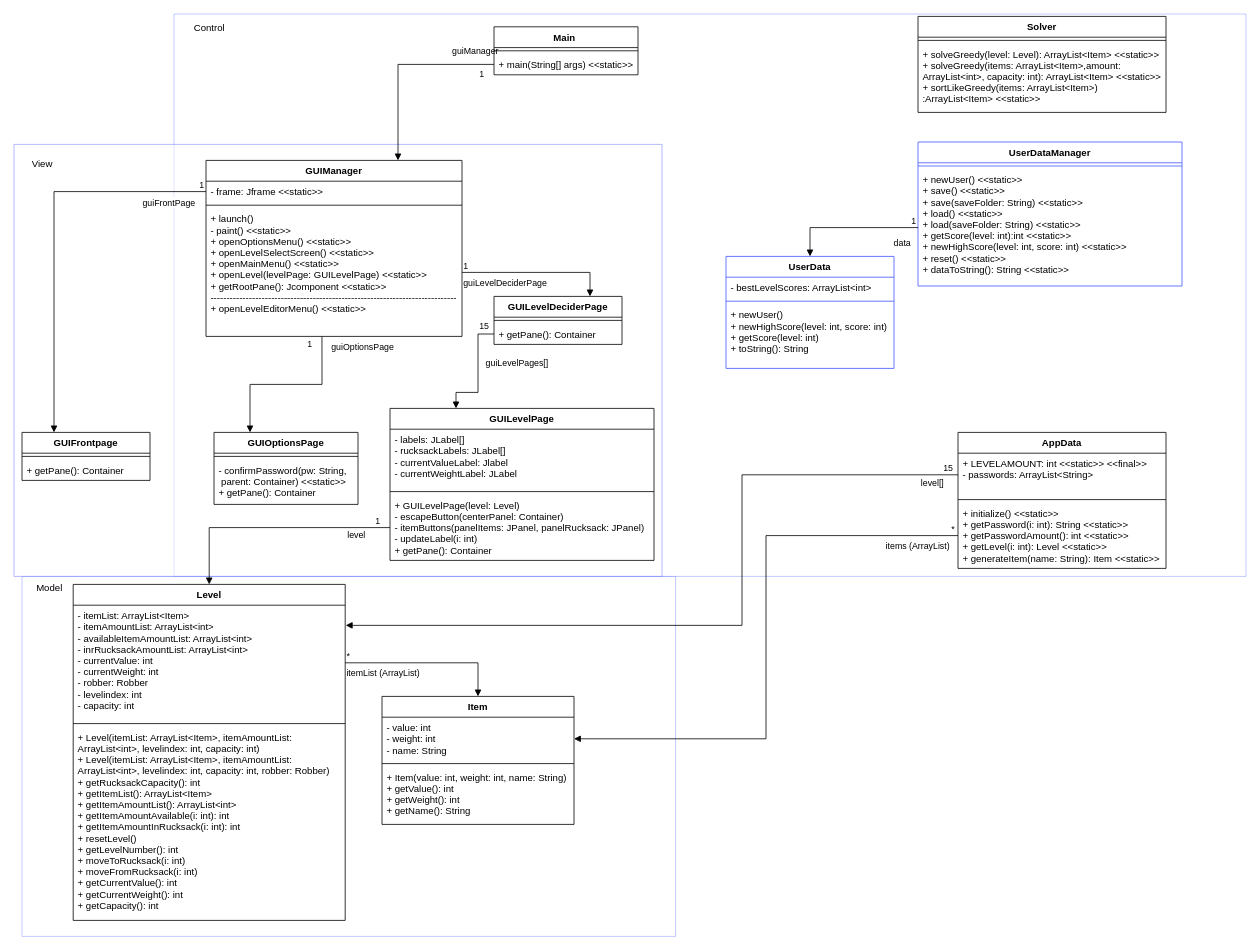
This is Klassendiagramm maven.drawio from CaroReutin/Teamprojekt, a draw.io file, before an edit. Source tidied: cells renumbered, new cells numbered last; positions are measured from the earlier drawing's top-left corner, leaving out a move shared by most shapes. Both pictures are drawn from the tidied source at 80%, with x=0, y=0 at pixel (14, 14).
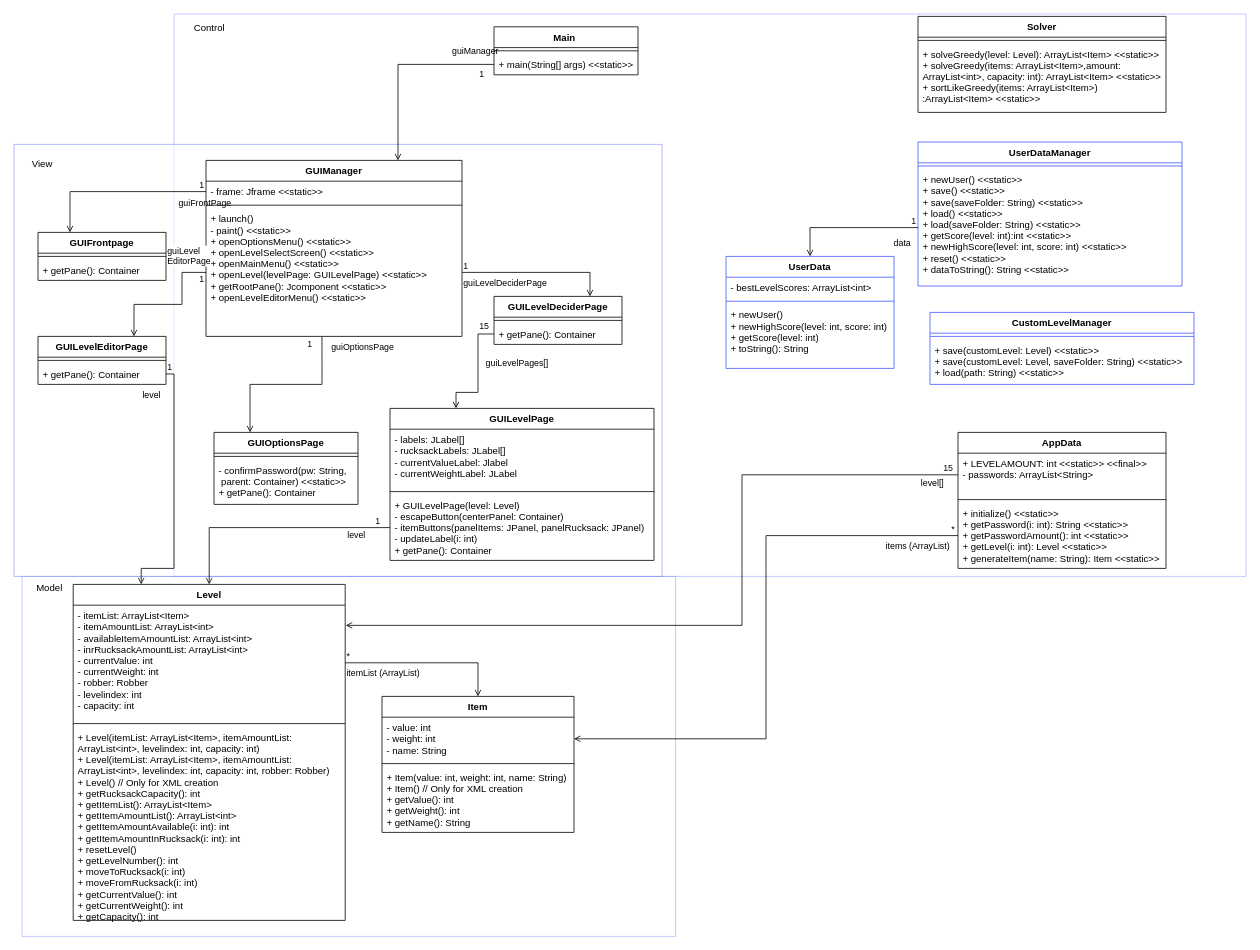
The same diagram, later.

Unchanged cells that the change refers to:
```xml
<mxCell id="5" style="group;" parent="1" vertex="1">
  <mxGeometry x="200" width="1340" height="703" as="geometry" />
</mxCell>
<mxCell id="9" value="+ LEVELAMOUNT: int &lt;&lt;static&gt;&gt; &lt;&lt;final&gt;&gt;&#10;- passwords: ArrayList&lt;String&gt;" style="text;strokeColor=none;fillColor=none;align=left;verticalAlign=top;spacingLeft=4;spacingRight=4;overflow=hidden;points=[[0,0.5],[1,0.5]];portConstraint=eastwest;" parent="8" vertex="1">
  <mxGeometry y="26" width="260" height="54" as="geometry" />
</mxCell>
<mxCell id="11" value="+ initialize() &lt;&lt;static&gt;&gt;&#10;+ getPassword(i: int): String &lt;&lt;static&gt;&gt;&#10;+ getPasswordAmount(): int &lt;&lt;static&gt;&gt;&#10;+ getLevel(i: int): Level &lt;&lt;static&gt;&gt;&#10;+ generateItem(name: String): Item &lt;&lt;static&gt;&gt;" style="text;strokeColor=none;fillColor=none;align=left;verticalAlign=top;spacingLeft=4;spacingRight=4;overflow=hidden;points=[[0,0.5],[1,0.5]];portConstraint=eastwest;" parent="8" vertex="1">
  <mxGeometry y="88" width="260" height="82" as="geometry" />
</mxCell>
<mxCell id="12" style="group;textOpacity=70;opacity=50;" parent="1" vertex="1">
  <mxGeometry y="163" width="810" height="540" as="geometry" />
</mxCell>
<mxCell id="20" value="GUIOptionsPage" style="swimlane;fontStyle=1;align=center;verticalAlign=top;horizontal=1;startSize=26;" parent="1" vertex="1">
  <mxGeometry x="250" y="523" width="180" height="90" as="geometry" />
</mxCell>
<mxCell id="23" value="GUILevelDeciderPage" style="swimlane;fontStyle=1;align=center;verticalAlign=top;horizontal=1;startSize=26;" parent="1" vertex="1">
  <mxGeometry x="600" y="353" width="160" height="60" as="geometry" />
</mxCell>
<mxCell id="25" value="+ getPane(): Container" style="text;strokeColor=none;fillColor=none;align=left;verticalAlign=top;spacingLeft=4;spacingRight=4;overflow=hidden;points=[[0,0.5],[1,0.5]];portConstraint=eastwest;" parent="23" vertex="1">
  <mxGeometry y="34" width="160" height="26" as="geometry" />
</mxCell>
<mxCell id="32" value="GUILevelPage" style="swimlane;fontStyle=1;align=center;verticalAlign=top;horizontal=1;startSize=26;" parent="1" vertex="1">
  <mxGeometry x="470" y="493" width="330" height="190" as="geometry" />
</mxCell>
<mxCell id="35" value="+ GUILevelPage(level: Level)&#10;- escapeButton(centerPanel: Container)&#10;- itemButtons(panelItems: JPanel, panelRucksack: JPanel)&#10;- updateLabel(i: int)&#10;+ getPane(): Container" style="text;strokeColor=none;fillColor=none;align=left;verticalAlign=top;spacingLeft=4;spacingRight=4;overflow=hidden;points=[[0,0.5],[1,0.5]];portConstraint=eastwest;" parent="32" vertex="1">
  <mxGeometry y="108" width="330" height="82" as="geometry" />
</mxCell>
<mxCell id="37" value="- value: int&#10;- weight: int&#10;- name: String" style="text;strokeColor=none;fillColor=none;align=left;verticalAlign=top;spacingLeft=4;spacingRight=4;overflow=hidden;points=[[0,0.5],[1,0.5]];portConstraint=eastwest;" parent="36" vertex="1">
  <mxGeometry y="26" width="240" height="54" as="geometry" />
</mxCell>
<mxCell id="42" value="Level" style="swimlane;fontStyle=1;align=center;verticalAlign=top;horizontal=1;startSize=26;" parent="1" vertex="1">
  <mxGeometry x="74" y="713" width="340" height="420" as="geometry" />
</mxCell>
<mxCell id="43" value="- itemList: ArrayList&lt;Item&gt;&#10;- itemAmountList: ArrayList&lt;int&gt;&#10;- availableItemAmountList: ArrayList&lt;int&gt;&#10;- inrRucksackAmountList: ArrayList&lt;int&gt;&#10;- currentValue: int&#10;- currentWeight: int&#10;- robber: Robber&#10;- levelindex: int&#10;- capacity: int" style="text;strokeColor=none;fillColor=none;align=left;verticalAlign=top;spacingLeft=4;spacingRight=4;overflow=hidden;points=[[0,0.5],[1,0.5]];portConstraint=eastwest;" parent="42" vertex="1">
  <mxGeometry y="26" width="340" height="144" as="geometry" />
</mxCell>
<mxCell id="48" value="GUIManager" style="swimlane;fontStyle=1;align=center;verticalAlign=top;horizontal=1;startSize=26;" parent="1" vertex="1">
  <mxGeometry x="240" y="183" width="320" height="220" as="geometry" />
</mxCell>
<mxCell id="49" value="- frame: Jframe &lt;&lt;static&gt;&gt;" style="text;strokeColor=none;fillColor=none;align=left;verticalAlign=top;spacingLeft=4;spacingRight=4;overflow=hidden;points=[[0,0.5],[1,0.5]];portConstraint=eastwest;" parent="48" vertex="1">
  <mxGeometry y="26" width="320" height="26" as="geometry" />
</mxCell>
<mxCell id="59" value="+ main(String[] args) &lt;&lt;static&gt;&gt;" style="text;strokeColor=none;fillColor=none;align=left;verticalAlign=top;spacingLeft=4;spacingRight=4;overflow=hidden;points=[[0,0.5],[1,0.5]];portConstraint=eastwest;" parent="57" vertex="1">
  <mxGeometry y="34" width="180" height="26" as="geometry" />
</mxCell>
<mxCell id="62" value="+ newUser() &lt;&lt;static&gt;&gt;&#10;+ save() &lt;&lt;static&gt;&gt;&#10;+ save(saveFolder: String) &lt;&lt;static&gt;&gt;&#10;+ load() &lt;&lt;static&gt;&gt;&#10;+ load(saveFolder: String) &lt;&lt;static&gt;&gt;&#10;+ getScore(level: int):int &lt;&lt;static&gt;&gt;&#10;+ newHighScore(level: int, score: int) &lt;&lt;static&gt;&gt;&#10;+ reset() &lt;&lt;static&gt;&gt;&#10;+ dataToString(): String &lt;&lt;static&gt;&gt;" style="text;strokeColor=none;fillColor=none;align=left;verticalAlign=top;spacingLeft=4;spacingRight=4;overflow=hidden;points=[[0,0.5],[1,0.5]];portConstraint=eastwest;" parent="60" vertex="1">
  <mxGeometry y="34" width="330" height="146" as="geometry" />
</mxCell>
<mxCell id="63" value="UserData" style="swimlane;fontStyle=1;align=center;verticalAlign=top;horizontal=1;startSize=26;strokeColor=#4059FF;" parent="1" vertex="1">
  <mxGeometry x="890" y="303" width="210" height="140" as="geometry" />
</mxCell>
```

Diff of the diagram source:
```diff
@@
+    <mxCell id="73" value="CustomLevelManager" style="swimlane;fontStyle=1;align=center;verticalAlign=top;horizontal=1;startSize=26;strokeColor=#4059FF;" parent="5" vertex="1">
+      <mxGeometry x="945" y="373" width="330" height="90" as="geometry" />
+    </mxCell>
+    <mxCell id="74" style="line;strokeWidth=1;fillColor=none;align=left;verticalAlign=middle;spacingTop=-1;spacingLeft=3;spacingRight=3;labelPosition=right;strokeColor=inherit;" parent="73" vertex="1">
+      <mxGeometry y="26" width="330" height="8" as="geometry" />
+    </mxCell>
+    <mxCell id="75" value="+ save(customLevel: Level) &lt;&lt;static&gt;&gt;&#10;+ save(customLevel: Level, saveFolder: String) &lt;&lt;static&gt;&gt;&#10;+ load(path: String) &lt;&lt;static&gt;&gt;" style="text;strokeColor=none;fillColor=none;align=left;verticalAlign=top;spacingLeft=4;spacingRight=4;overflow=hidden;" parent="73" vertex="1">
+      <mxGeometry y="34" width="330" height="56" as="geometry" />
+    </mxCell>
@@
-    <mxCell id="15" value="guiManager" style="endArrow=block;endFill=1;html=1;edgeStyle=orthogonalEdgeStyle;align=left;verticalAlign=top;rounded=0;entryX=0.75;entryY=0;entryDx=0;entryDy=0;exitX=0;exitY=0.5;exitDx=0;exitDy=0;" parent="1" edge="1" source="59" target="48">
-      <mxGeometry x="-0.55" y="-30" relative="1" as="geometry" />
-    </mxCell>
-    <mxCell id="16" value="1" style="edgeLabel;html=1;align=left;verticalAlign=bottom;" parent="15" vertex="1">
-      <mxGeometry x="-1" relative="1" as="geometry">
-        <mxPoint x="-20" y="20" as="offset" />
-      </mxGeometry>
-    </mxCell>
+    <mxCell id="76" value="GUILevelEditorPage" style="swimlane;fontStyle=1;align=center;verticalAlign=top;horizontal=1;startSize=26;" parent="12" vertex="1">
+      <mxGeometry x="30" y="240" width="160" height="60" as="geometry" />
+    </mxCell>
+    <mxCell id="77" style="line;strokeWidth=1;fillColor=none;align=left;verticalAlign=middle;spacingTop=-1;spacingLeft=3;spacingRight=3;labelPosition=right;strokeColor=inherit;" parent="76" vertex="1">
+      <mxGeometry y="26" width="160" height="8" as="geometry" />
+    </mxCell>
+    <mxCell id="78" value="+ getPane(): Container" style="text;strokeColor=none;fillColor=none;align=left;verticalAlign=top;spacingLeft=4;spacingRight=4;overflow=hidden;points=[[0,0.5],[1,0.5]];portConstraint=eastwest;" parent="76" vertex="1">
+      <mxGeometry y="34" width="160" height="26" as="geometry" />
+    </mxCell>
-    <mxCell id="17" value="GUIFrontpage" style="swimlane;fontStyle=1;align=center;verticalAlign=top;horizontal=1;startSize=26;" parent="1" vertex="1">
-      <mxGeometry x="10" y="523" width="160" height="60" as="geometry" />
+    <mxCell id="17" value="GUIFrontpage" style="swimlane;fontStyle=1;align=center;verticalAlign=top;horizontal=1;startSize=26;" parent="12" vertex="1">
+      <mxGeometry x="30" y="110" width="160" height="60" as="geometry" />
     </mxCell>
@@
+    <mxCell id="15" value="guiManager" style="endArrow=open;endFill=0;html=1;edgeStyle=orthogonalEdgeStyle;align=left;verticalAlign=top;rounded=0;entryX=0.75;entryY=0;entryDx=0;entryDy=0;exitX=0;exitY=0.5;exitDx=0;exitDy=0;" parent="1" edge="1" source="59" target="48">
+      <mxGeometry x="-0.55" y="-30" relative="1" as="geometry" />
+    </mxCell>
+    <mxCell id="16" value="1" style="edgeLabel;html=1;align=left;verticalAlign=bottom;" parent="15" vertex="1">
+      <mxGeometry x="-1" relative="1" as="geometry">
+        <mxPoint x="-20" y="20" as="offset" />
+      </mxGeometry>
+    </mxCell>
@@
-    <mxCell id="26" value="guiLevelDeciderPage" style="endArrow=block;endFill=1;html=1;edgeStyle=orthogonalEdgeStyle;align=left;verticalAlign=top;rounded=0;exitX=1;exitY=0.5;exitDx=0;exitDy=0;entryX=0.75;entryY=0;entryDx=0;entryDy=0;" parent="1" edge="1" source="51" target="23">
+    <mxCell id="26" value="guiLevelDeciderPage" style="endArrow=open;endFill=0;html=1;edgeStyle=orthogonalEdgeStyle;align=left;verticalAlign=top;rounded=0;exitX=1;exitY=0.5;exitDx=0;exitDy=0;entryX=0.75;entryY=0;entryDx=0;entryDy=0;" parent="1" edge="1" source="51" target="23">
       <mxGeometry x="-1" relative="1" as="geometry" />
     </mxCell>
@@
-    <mxCell id="28" value="guiOptionsPage" style="endArrow=block;endFill=1;html=1;edgeStyle=orthogonalEdgeStyle;align=left;verticalAlign=top;rounded=0;entryX=0.25;entryY=0;entryDx=0;entryDy=0;exitX=0.453;exitY=1.002;exitDx=0;exitDy=0;exitPerimeter=0;" parent="1" edge="1" source="51" target="20">
+    <mxCell id="28" value="guiOptionsPage" style="endArrow=open;endFill=0;html=1;edgeStyle=orthogonalEdgeStyle;align=left;verticalAlign=top;rounded=0;entryX=0.25;entryY=0;entryDx=0;entryDy=0;exitX=0.453;exitY=1.002;exitDx=0;exitDy=0;exitPerimeter=0;" parent="1" edge="1" source="51" target="20">
       <mxGeometry x="-1" y="10" relative="1" as="geometry" />
     </mxCell>
@@
-    <mxCell id="30" value="guiFrontPage" style="endArrow=block;endFill=1;html=1;edgeStyle=orthogonalEdgeStyle;align=left;verticalAlign=top;rounded=0;exitX=0;exitY=0.5;exitDx=0;exitDy=0;entryX=0.25;entryY=0;entryDx=0;entryDy=0;" parent="1" edge="1" source="49" target="17">
+    <mxCell id="30" value="guiFrontPage" style="endArrow=open;endFill=0;html=1;edgeStyle=orthogonalEdgeStyle;align=left;verticalAlign=top;rounded=0;exitX=0;exitY=0.5;exitDx=0;exitDy=0;entryX=0.25;entryY=0;entryDx=0;entryDy=0;" parent="1" edge="1" source="49" target="17">
       <mxGeometry x="-0.67" y="1" relative="1" as="geometry" />
     </mxCell>
@@
     <mxCell id="36" value="Item" style="swimlane;fontStyle=1;align=center;verticalAlign=top;horizontal=1;startSize=26;" parent="1" vertex="1">
-      <mxGeometry x="460" y="853" width="240" height="160" as="geometry" />
+      <mxGeometry x="460" y="853" width="240" height="170" as="geometry" />
     </mxCell>
@@
-    <mxCell id="39" value="+ Item(value: int, weight: int, name: String)&#10;+ getValue(): int&#10;+ getWeight(): int&#10;+ getName(): String" style="text;strokeColor=none;fillColor=none;align=left;verticalAlign=top;spacingLeft=4;spacingRight=4;overflow=hidden;" parent="36" vertex="1">
-      <mxGeometry y="88" width="240" height="72" as="geometry" />
+    <mxCell id="39" value="+ Item(value: int, weight: int, name: String)&#10;+ Item() // Only for XML creation&#10;+ getValue(): int&#10;+ getWeight(): int&#10;+ getName(): String" style="text;strokeColor=none;fillColor=none;align=left;verticalAlign=top;spacingLeft=4;spacingRight=4;overflow=hidden;" parent="36" vertex="1">
+      <mxGeometry y="88" width="240" height="82" as="geometry" />
     </mxCell>
-    <mxCell id="40" value="guiLevelPages[]" style="endArrow=block;endFill=1;html=1;edgeStyle=orthogonalEdgeStyle;align=left;verticalAlign=top;rounded=0;exitX=0;exitY=0.5;exitDx=0;exitDy=0;entryX=0.25;entryY=0;entryDx=0;entryDy=0;" parent="1" edge="1" source="25" target="32">
+    <mxCell id="40" value="guiLevelPages[]" style="endArrow=open;endFill=0;html=1;edgeStyle=orthogonalEdgeStyle;align=left;verticalAlign=top;rounded=0;exitX=0;exitY=0.5;exitDx=0;exitDy=0;entryX=0.25;entryY=0;entryDx=0;entryDy=0;" parent="1" edge="1" source="25" target="32">
       <mxGeometry x="-0.38" y="8" relative="1" as="geometry">
         <Array as="points">
           <mxPoint x="580" y="400" />
           <mxPoint x="580" y="473" />
           <mxPoint x="553" y="473" />
         </Array>
       </mxGeometry>
     </mxCell>
@@
-    <mxCell id="45" value="+ Level(itemList: ArrayList&lt;Item&gt;, itemAmountList: &#10;ArrayList&lt;int&gt;, levelindex: int, capacity: int)&#10;+ Level(itemList: ArrayList&lt;Item&gt;, itemAmountList: &#10;ArrayList&lt;int&gt;, levelindex: int, capacity: int, robber: Robber)&#10;+ getRucksackCapacity(): int&#10;+ getItemList(): ArrayList&lt;Item&gt;&#10;+ getItemAmountList(): ArrayList&lt;int&gt;&#10;+ getItemAmountAvailable(i: int): int&#10;+ getItemAmountInRucksack(i: int): int&#10;+ resetLevel()&#10;+ getLevelNumber(): int&#10;+ moveToRucksack(i: int)&#10;+ moveFromRucksack(i: int)&#10;+ getCurrentValue(): int&#10;+ getCurrentWeight(): int&#10;+ getCapacity(): int" style="text;strokeColor=none;fillColor=none;align=left;verticalAlign=top;spacingLeft=4;spacingRight=4;overflow=hidden;" parent="42" vertex="1">
+    <mxCell id="45" value="+ Level(itemList: ArrayList&lt;Item&gt;, itemAmountList: &#10;ArrayList&lt;int&gt;, levelindex: int, capacity: int)&#10;+ Level(itemList: ArrayList&lt;Item&gt;, itemAmountList: &#10;ArrayList&lt;int&gt;, levelindex: int, capacity: int, robber: Robber)&#10;+ Level() // Only for XML creation&#10;+ getRucksackCapacity(): int&#10;+ getItemList(): ArrayList&lt;Item&gt;&#10;+ getItemAmountList(): ArrayList&lt;int&gt;&#10;+ getItemAmountAvailable(i: int): int&#10;+ getItemAmountInRucksack(i: int): int&#10;+ resetLevel()&#10;+ getLevelNumber(): int&#10;+ moveToRucksack(i: int)&#10;+ moveFromRucksack(i: int)&#10;+ getCurrentValue(): int&#10;+ getCurrentWeight(): int&#10;+ getCapacity(): int" style="text;strokeColor=none;fillColor=none;align=left;verticalAlign=top;spacingLeft=4;spacingRight=4;overflow=hidden;" parent="42" vertex="1">
       <mxGeometry y="178" width="340" height="242" as="geometry" />
     </mxCell>
-    <mxCell id="46" value="level" style="endArrow=block;endFill=1;html=1;edgeStyle=orthogonalEdgeStyle;align=left;verticalAlign=top;rounded=0;exitX=0;exitY=0.5;exitDx=0;exitDy=0;entryX=0.5;entryY=0;entryDx=0;entryDy=0;" parent="1" edge="1" source="35" target="42">
+    <mxCell id="46" value="level" style="endArrow=open;endFill=0;html=1;edgeStyle=orthogonalEdgeStyle;align=left;verticalAlign=top;rounded=0;exitX=0;exitY=0.5;exitDx=0;exitDy=0;entryX=0.5;entryY=0;entryDx=0;entryDy=0;" parent="1" edge="1" source="35" target="42">
       <mxGeometry x="-0.63" y="-3" relative="1" as="geometry" />
     </mxCell>
@@
-    <mxCell id="51" value="+ launch()&#10;- paint() &lt;&lt;static&gt;&gt;&#10;+ openOptionsMenu() &lt;&lt;static&gt;&gt;&#10;+ openLevelSelectScreen() &lt;&lt;static&gt;&gt;&#10;+ openMainMenu() &lt;&lt;static&gt;&gt;&#10;+ openLevel(levelPage: GUILevelPage) &lt;&lt;static&gt;&gt;&#10;+ getRootPane(): Jcomponent &lt;&lt;static&gt;&gt;&#10;-----------------------------------------------------------------------------&#10;+ openLevelEditorMenu() &lt;&lt;static&gt;&gt;" style="text;strokeColor=none;fillColor=none;align=left;verticalAlign=top;spacingLeft=4;spacingRight=4;overflow=hidden;points=[[0,0.5],[1,0.5]];portConstraint=eastwest;" parent="48" vertex="1">
+    <mxCell id="51" value="+ launch()&#10;- paint() &lt;&lt;static&gt;&gt;&#10;+ openOptionsMenu() &lt;&lt;static&gt;&gt;&#10;+ openLevelSelectScreen() &lt;&lt;static&gt;&gt;&#10;+ openMainMenu() &lt;&lt;static&gt;&gt;&#10;+ openLevel(levelPage: GUILevelPage) &lt;&lt;static&gt;&gt;&#10;+ getRootPane(): Jcomponent &lt;&lt;static&gt;&gt;&#10;+ openLevelEditorMenu() &lt;&lt;static&gt;&gt;" style="text;strokeColor=none;fillColor=none;align=left;verticalAlign=top;spacingLeft=4;spacingRight=4;overflow=hidden;points=[[0,0.5],[1,0.5]];portConstraint=eastwest;" parent="48" vertex="1">
       <mxGeometry y="60" width="320" height="160" as="geometry" />
     </mxCell>
-    <mxCell id="52" value="itemList (ArrayList)" style="endArrow=block;endFill=1;html=1;edgeStyle=orthogonalEdgeStyle;align=left;verticalAlign=top;rounded=0;exitX=1;exitY=0.5;exitDx=0;exitDy=0;entryX=0.5;entryY=0;entryDx=0;entryDy=0;" parent="1" edge="1" source="43" target="36">
+    <mxCell id="52" value="itemList (ArrayList)" style="endArrow=open;endFill=0;html=1;edgeStyle=orthogonalEdgeStyle;align=left;verticalAlign=top;rounded=0;exitX=1;exitY=0.5;exitDx=0;exitDy=0;entryX=0.5;entryY=0;entryDx=0;entryDy=0;" parent="1" edge="1" source="43" target="36">
       <mxGeometry x="-1" relative="1" as="geometry" />
     </mxCell>
@@
-    <mxCell id="67" value="data" style="endArrow=block;endFill=1;html=1;edgeStyle=orthogonalEdgeStyle;align=left;verticalAlign=top;rounded=0;entryX=0.5;entryY=0;entryDx=0;entryDy=0;exitX=0;exitY=0.5;exitDx=0;exitDy=0;" parent="1" edge="1" source="62" target="63">
+    <mxCell id="67" value="data" style="endArrow=open;endFill=0;html=1;edgeStyle=orthogonalEdgeStyle;align=left;verticalAlign=top;rounded=0;entryX=0.5;entryY=0;entryDx=0;entryDy=0;exitX=0;exitY=0.5;exitDx=0;exitDy=0;" parent="1" edge="1" source="62" target="63">
       <mxGeometry x="-0.62" y="6" relative="1" as="geometry" />
     </mxCell>
@@
-    <mxCell id="69" value="level[]" style="endArrow=block;endFill=1;html=1;edgeStyle=orthogonalEdgeStyle;align=left;verticalAlign=top;rounded=0;exitX=0;exitY=0.5;exitDx=0;exitDy=0;entryX=1.002;entryY=0.175;entryDx=0;entryDy=0;entryPerimeter=0;" parent="1" edge="1" source="9" target="43">
+    <mxCell id="69" value="level[]" style="endArrow=open;endFill=0;html=1;edgeStyle=orthogonalEdgeStyle;align=left;verticalAlign=top;rounded=0;exitX=0;exitY=0.5;exitDx=0;exitDy=0;entryX=1.002;entryY=0.175;entryDx=0;entryDy=0;entryPerimeter=0;" parent="1" edge="1" source="9" target="43">
       <mxGeometry x="-0.9" y="-3" relative="1" as="geometry">
         <Array as="points">
           <mxPoint x="910" y="576" />
           <mxPoint x="910" y="764" />
         </Array>
       </mxGeometry>
     </mxCell>
@@
-    <mxCell id="71" value="items (ArrayList)" style="endArrow=block;endFill=1;html=1;edgeStyle=orthogonalEdgeStyle;align=left;verticalAlign=top;rounded=0;exitX=0;exitY=0.5;exitDx=0;exitDy=0;entryX=1;entryY=0.5;entryDx=0;entryDy=0;" parent="1" edge="1" source="11" target="37">
+    <mxCell id="71" value="items (ArrayList)" style="endArrow=open;endFill=0;html=1;edgeStyle=orthogonalEdgeStyle;align=left;verticalAlign=top;rounded=0;exitX=0;exitY=0.5;exitDx=0;exitDy=0;entryX=1;entryY=0.5;entryDx=0;entryDy=0;" parent="1" edge="1" source="11" target="37">
       <mxGeometry x="-0.75" relative="1" as="geometry" />
     </mxCell>
@@
+    <mxCell id="79" value="&lt;div&gt;guiLevel&lt;/div&gt;&lt;div&gt;EditorPage&lt;/div&gt;" style="endArrow=open;endFill=0;html=1;edgeStyle=orthogonalEdgeStyle;align=left;verticalAlign=top;rounded=0;exitX=0;exitY=0.5;exitDx=0;exitDy=0;entryX=0.75;entryY=0;entryDx=0;entryDy=0;" parent="1" edge="1" source="51" target="76">
+      <mxGeometry x="-0.65" y="-45" relative="1" as="geometry">
+        <Array as="points">
+          <mxPoint x="210" y="323" />
+          <mxPoint x="210" y="363" />
+          <mxPoint x="150" y="363" />
+        </Array>
+        <mxPoint x="25" y="-40" as="offset" />
+      </mxGeometry>
+    </mxCell>
+    <mxCell id="80" value="1" style="edgeLabel;html=1;align=left;verticalAlign=bottom;" parent="79" vertex="1">
+      <mxGeometry x="-1" relative="1" as="geometry">
+        <mxPoint x="-10" y="17" as="offset" />
+      </mxGeometry>
+    </mxCell>
+    <mxCell id="81" value="level" style="endArrow=open;endFill=0;html=1;edgeStyle=orthogonalEdgeStyle;align=left;verticalAlign=top;rounded=0;exitX=1;exitY=0.5;exitDx=0;exitDy=0;entryX=0.25;entryY=0;entryDx=0;entryDy=0;" parent="1" edge="1" source="78" target="42">
+      <mxGeometry x="-1" y="-34" relative="1" as="geometry">
+        <Array as="points">
+          <mxPoint x="200" y="450" />
+          <mxPoint x="200" y="693" />
+          <mxPoint x="159" y="693" />
+        </Array>
+        <mxPoint x="-31" y="-21" as="offset" />
+      </mxGeometry>
+    </mxCell>
+    <mxCell id="82" value="1" style="edgeLabel;html=1;align=left;verticalAlign=bottom;" parent="81" vertex="1">
+      <mxGeometry x="-1" relative="1" as="geometry" />
+    </mxCell>
```
